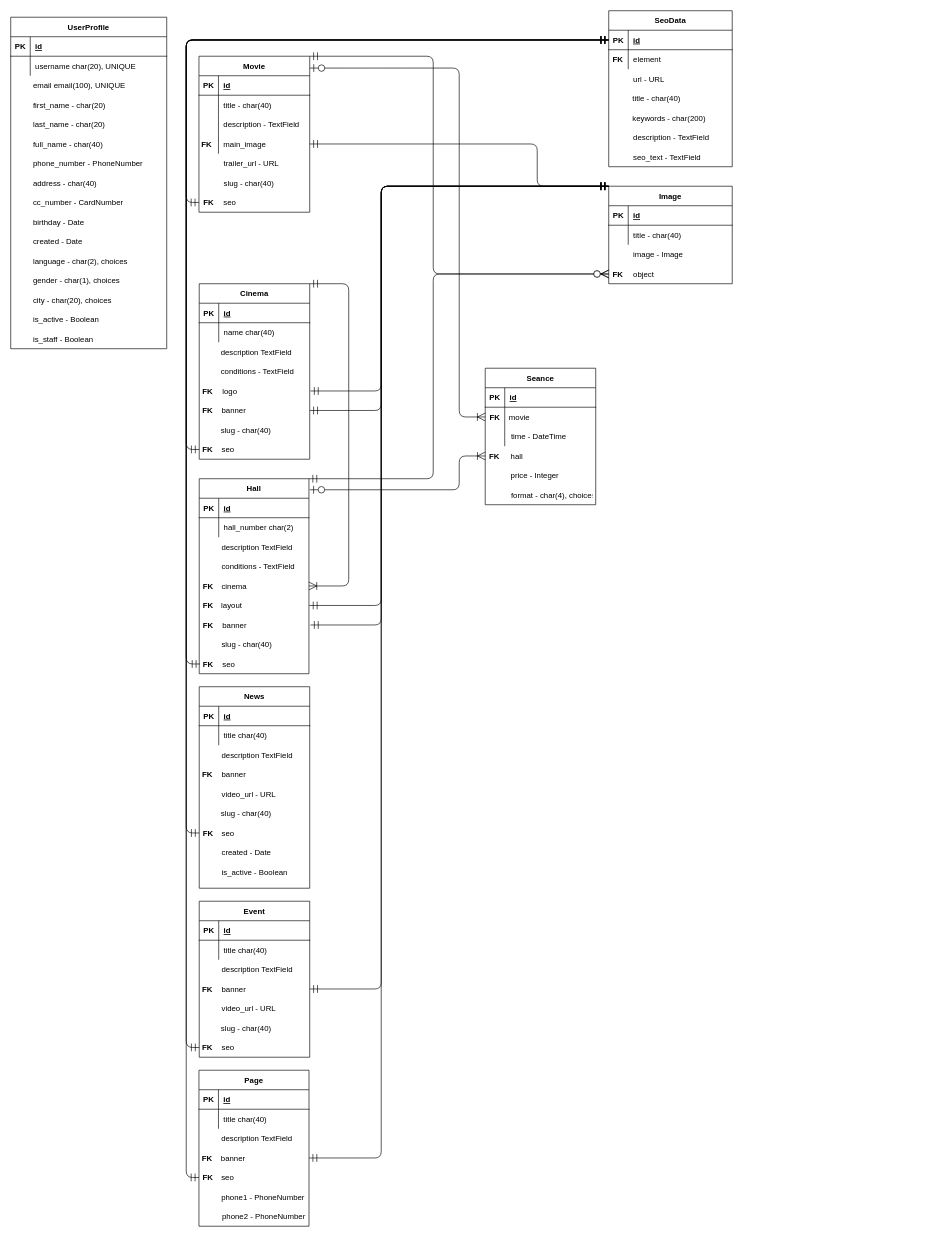
Above: diagrams/entity_relationship_diagram.drawio in Rey092/cinema_project (draw.io), before the change. Source tidied: cells renumbered, new cells numbered last; positions are measured from the earlier drawing's top-left corner, leaving out a move shared by most shapes. Both pictures are drawn from the tidied source at 65%, with x=0, y=0 at pixel (10, 10).
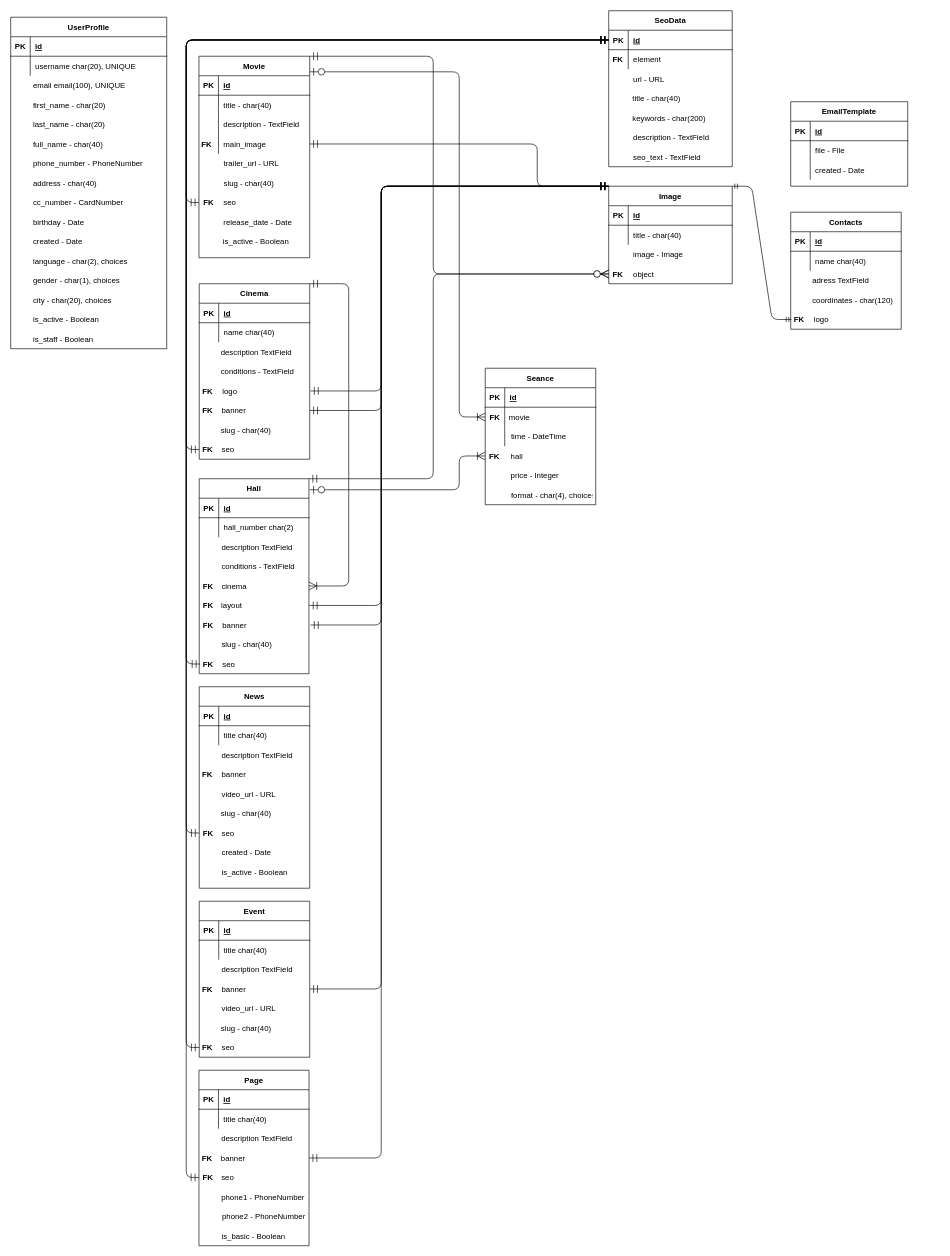
After the change.

The change refers to these unchanged cells:
```xml
<mxCell id="172" value="Image" style="shape=table;startSize=30;childLayout=tableLayout;rowLines=0;fontStyle=1;align=center;" parent="171" vertex="1">
  <mxGeometry width="190" height="150" as="geometry" />
</mxCell>
<mxCell id="258" style="shape=partialRectangle;fillColor=none;points=[[0,0.5],[1,0.5]];portConstraint=eastwest;top=0;left=0;right=0;bottom=0;" parent="1" vertex="1">
  <mxGeometry x="730" y="610" width="140" height="30" as="geometry" />
</mxCell>
```

Change to the diagram source:
```diff
@@
     <mxCell id="72" style="group;" parent="1" vertex="1">
-      <mxGeometry x="289.6" y="70" width="173.3" height="270" as="geometry" />
+      <mxGeometry x="289.6" y="70" width="173.3" height="310" as="geometry" />
     </mxCell>
     <mxCell id="73" style="group;" parent="72" vertex="1">
-      <mxGeometry width="173.3" height="270" as="geometry" />
+      <mxGeometry width="173.3" height="310" as="geometry" />
     </mxCell>
     <mxCell id="74" value="Movie" style="shape=table;startSize=30;childLayout=tableLayout;rowLines=0;fontStyle=1;align=center;" parent="73" vertex="1">
-      <mxGeometry width="170.4" height="240" as="geometry" />
+      <mxGeometry width="170.4" height="310" as="geometry" />
     </mxCell>
@@
-    <mxCell id="99" style="shape=partialRectangle;fillColor=none;top=0;left=0;right=0;bottom=0;" parent="72" vertex="1">
-      <mxGeometry y="240" width="169.7" height="30" as="geometry" />
-    </mxCell>
+    <mxCell id="262" style="shape=partialRectangle;fillColor=none;top=0;left=0;bottom=0;right=0;" parent="73" vertex="1">
+      <mxGeometry y="240" width="170.4" height="30" as="geometry" />
+    </mxCell>
+    <mxCell id="263" style="shape=partialRectangle;fillColor=none;top=0;left=0;bottom=0;right=0;overflow=hidden;" parent="262" vertex="1">
+      <mxGeometry width="30" height="30" as="geometry" />
+    </mxCell>
+    <mxCell id="264" value="release_date - Date" style="shape=partialRectangle;fillColor=none;top=0;left=0;bottom=0;right=0;align=left;spacingLeft=6;overflow=hidden;" parent="262" vertex="1">
+      <mxGeometry x="30" width="140.4" height="30" as="geometry" />
+    </mxCell>
@@
     <mxCell id="144" style="group;" parent="1" vertex="1">
-      <mxGeometry x="289.6" y="1630" width="170.4" height="260" as="geometry" />
+      <mxGeometry x="289.6" y="1630" width="170.4" height="280" as="geometry" />
     </mxCell>
     <mxCell id="145" style="group;" parent="144" vertex="1">
-      <mxGeometry width="170.4" height="260" as="geometry" />
+      <mxGeometry width="170.4" height="280" as="geometry" />
     </mxCell>
@@
     <mxCell id="147" style="group;" parent="145" vertex="1">
-      <mxGeometry x="-0.7" width="171.2" height="240" as="geometry" />
+      <mxGeometry x="-0.7" width="171.2" height="280" as="geometry" />
     </mxCell>
     <mxCell id="148" value="Page" style="shape=table;startSize=30;childLayout=tableLayout;rowLines=0;fontStyle=1;align=center;" parent="147" vertex="1">
-      <mxGeometry x="0.7" width="169.3" height="240" as="geometry" />
+      <mxGeometry x="0.7" width="169.3" height="270" as="geometry" />
     </mxCell>
@@
     <mxCell id="169" style="group;" parent="1" vertex="1">
-      <mxGeometry x="920" y="270" width="191.3" height="150" as="geometry" />
+      <mxGeometry x="920" y="270" width="290" height="570" as="geometry" />
     </mxCell>
     <mxCell id="170" style="group;" parent="169" vertex="1">
-      <mxGeometry width="191.3" height="260" as="geometry" />
+      <mxGeometry width="290" height="570" as="geometry" />
     </mxCell>
@@
-    <mxCell id="257" style="edgeStyle=orthogonalEdgeStyle;fontSize=12;html=1;endArrow=ERoneToMany;startArrow=ERzeroToOne;startSize=10;endSize=10;exitX=1.001;exitY=0.076;exitDx=0;exitDy=0;exitPerimeter=0;entryX=0;entryY=0.5;entryDx=0;entryDy=0;" parent="1" edge="1" source="74" target="258">
+    <mxCell id="257" style="edgeStyle=orthogonalEdgeStyle;fontSize=12;html=1;endArrow=ERoneToMany;startArrow=ERzeroToOne;startSize=10;endSize=10;entryX=0;entryY=0.5;entryDx=0;entryDy=0;" parent="1" edge="1" source="74" target="258">
       <mxGeometry relative="1" as="geometry">
         <Array as="points">
-          <mxPoint x="690" y="88" />
+          <mxPoint x="690" y="94" />
           <mxPoint x="690" y="625" />
         </Array>
       </mxGeometry>
     </mxCell>
@@
+    <mxCell id="265" value="EmailTemplate" style="shape=table;startSize=30;childLayout=tableLayout;rowLines=0;fontStyle=1;align=center;" parent="1" vertex="1">
+      <mxGeometry x="1200" y="140" width="180" height="130" as="geometry" />
+    </mxCell>
+    <mxCell id="266" style="shape=partialRectangle;fillColor=none;top=0;left=0;bottom=1;right=0;" parent="265" vertex="1">
+      <mxGeometry y="30" width="180" height="30" as="geometry" />
+    </mxCell>
+    <mxCell id="267" value="PK" style="shape=partialRectangle;fillColor=none;top=0;left=0;bottom=0;right=0;fontStyle=1;overflow=hidden;" parent="266" vertex="1">
+      <mxGeometry width="30" height="30" as="geometry" />
+    </mxCell>
+    <mxCell id="268" value="id" style="shape=partialRectangle;fillColor=none;top=0;left=0;bottom=0;right=0;align=left;spacingLeft=6;fontStyle=5;overflow=hidden;" parent="266" vertex="1">
+      <mxGeometry x="30" width="150" height="30" as="geometry" />
+    </mxCell>
+    <mxCell id="269" style="shape=partialRectangle;fillColor=none;top=0;left=0;bottom=0;right=0;" parent="265" vertex="1">
+      <mxGeometry y="60" width="180" height="30" as="geometry" />
+    </mxCell>
+    <mxCell id="270" style="shape=partialRectangle;fillColor=none;top=0;left=0;bottom=0;right=0;overflow=hidden;" parent="269" vertex="1">
+      <mxGeometry width="30" height="30" as="geometry" />
+    </mxCell>
+    <mxCell id="271" value="file - File" style="shape=partialRectangle;fillColor=none;top=0;left=0;bottom=0;right=0;align=left;spacingLeft=6;overflow=hidden;" parent="269" vertex="1">
+      <mxGeometry x="30" width="150" height="30" as="geometry" />
+    </mxCell>
+    <mxCell id="272" style="shape=partialRectangle;fillColor=none;top=0;left=0;bottom=0;right=0;" parent="265" vertex="1">
+      <mxGeometry y="90" width="180" height="30" as="geometry" />
+    </mxCell>
+    <mxCell id="273" style="shape=partialRectangle;fillColor=none;top=0;left=0;bottom=0;right=0;overflow=hidden;" parent="272" vertex="1">
+      <mxGeometry width="30" height="30" as="geometry" />
+    </mxCell>
+    <mxCell id="274" value="created - Date" style="shape=partialRectangle;fillColor=none;top=0;left=0;bottom=0;right=0;align=left;spacingLeft=6;overflow=hidden;" parent="272" vertex="1">
+      <mxGeometry x="30" width="150" height="30" as="geometry" />
+    </mxCell>
+    <mxCell id="275" style="group;" parent="1" vertex="1">
+      <mxGeometry x="1200" y="310" width="171.1" height="270" as="geometry" />
+    </mxCell>
+    <mxCell id="276" style="group;" parent="275" vertex="1">
+      <mxGeometry width="171.1" height="270" as="geometry" />
+    </mxCell>
+    <mxCell id="277" value="Сontacts" style="shape=table;startSize=30;childLayout=tableLayout;rowLines=0;fontStyle=1;align=center;" parent="276" vertex="1">
+      <mxGeometry width="170" height="180" as="geometry" />
+    </mxCell>
+    <mxCell id="278" style="shape=partialRectangle;fillColor=none;top=0;left=0;right=0;bottom=1;" parent="277" vertex="1">
+      <mxGeometry y="30" width="170" height="30" as="geometry" />
+    </mxCell>
+    <mxCell id="279" value="PK" style="shape=partialRectangle;overflow=hidden;fillColor=none;top=0;left=0;bottom=0;right=0;fontStyle=1;" parent="278" vertex="1">
+      <mxGeometry width="30" height="30" as="geometry" />
+    </mxCell>
+    <mxCell id="280" value="id" style="shape=partialRectangle;overflow=hidden;fillColor=none;top=0;left=0;bottom=0;right=0;align=left;spacingLeft=6;fontStyle=5;" parent="278" vertex="1">
+      <mxGeometry x="30" width="140" height="30" as="geometry" />
+    </mxCell>
+    <mxCell id="281" style="shape=partialRectangle;fillColor=none;top=0;left=0;right=0;bottom=0;" parent="277" vertex="1">
+      <mxGeometry y="60" width="170" height="30" as="geometry" />
+    </mxCell>
+    <mxCell id="282" style="shape=partialRectangle;overflow=hidden;fillColor=none;top=0;left=0;bottom=0;right=0;" parent="281" vertex="1">
+      <mxGeometry width="30" height="30" as="geometry" />
+    </mxCell>
+    <mxCell id="283" value="name char(40)" style="shape=partialRectangle;overflow=hidden;fillColor=none;top=0;left=0;bottom=0;right=0;align=left;spacingLeft=6;" parent="281" vertex="1">
+      <mxGeometry x="30" width="140" height="30" as="geometry" />
+    </mxCell>
+    <mxCell id="284" value="adress TextField" style="shape=partialRectangle;overflow=hidden;fillColor=none;top=0;left=0;bottom=0;right=0;align=left;spacingLeft=6;" parent="276" vertex="1">
+      <mxGeometry x="25.5" y="90" width="204" height="30" as="geometry" />
+    </mxCell>
+    <mxCell id="285" value="coordinates - char(120)" style="shape=partialRectangle;overflow=hidden;fillColor=none;top=0;left=0;bottom=0;right=0;align=left;spacingLeft=6;" parent="276" vertex="1">
+      <mxGeometry x="25.5" y="120" width="204" height="30" as="geometry" />
+    </mxCell>
+    <mxCell id="286" value="FK" style="shape=partialRectangle;fillColor=none;top=0;left=0;bottom=0;right=0;fontStyle=1;overflow=hidden;" parent="276" vertex="1">
+      <mxGeometry x="1.1" y="150" width="24.4" height="30" as="geometry" />
+    </mxCell>
+    <mxCell id="287" style="shape=partialRectangle;fillColor=none;points=[[0,0.5],[1,0.5]];portConstraint=eastwest;top=0;left=0;right=0;bottom=0;" parent="276" vertex="1">
+      <mxGeometry x="1.1" y="150" width="170" height="30" as="geometry" />
+    </mxCell>
+    <mxCell id="288" style="shape=partialRectangle;overflow=hidden;fillColor=none;top=0;left=0;bottom=0;right=0;" parent="287" vertex="1">
+      <mxGeometry width="26.8" height="30" as="geometry" />
+    </mxCell>
+    <mxCell id="289" value="logo" style="shape=partialRectangle;overflow=hidden;fillColor=none;top=0;left=0;bottom=0;right=0;align=left;spacingLeft=6;" parent="287" vertex="1">
+      <mxGeometry x="26.8" width="143.2" height="30" as="geometry" />
+    </mxCell>
+    <mxCell id="290" style="shape=partialRectangle;fillColor=none;top=0;left=0;right=0;bottom=0;" parent="275" vertex="1">
+      <mxGeometry y="240" width="170" height="30" as="geometry" />
+    </mxCell>
+    <mxCell id="291" style="shape=partialRectangle;overflow=hidden;fillColor=none;top=0;left=0;bottom=0;right=0;align=left;spacingLeft=6;" parent="290" vertex="1">
+      <mxGeometry x="26.8" width="143.2" height="30" as="geometry" />
+    </mxCell>
+    <mxCell id="292" style="edgeStyle=entityRelationEdgeStyle;fontSize=12;html=1;endArrow=ERmandOne;startArrow=ERmandOne;entryX=1;entryY=0;entryDx=0;entryDy=0;" parent="1" edge="1" source="287" target="172">
+      <mxGeometry relative="1" as="geometry" />
+    </mxCell>
+    <mxCell id="293" style="shape=partialRectangle;fillColor=none;top=0;left=0;right=0;bottom=0;" parent="1" vertex="1">
+      <mxGeometry x="290" y="1870" width="169.3" height="30" as="geometry" />
+    </mxCell>
+    <mxCell id="294" style="shape=partialRectangle;overflow=hidden;fillColor=none;top=0;left=0;bottom=0;right=0;" parent="293" vertex="1">
+      <mxGeometry width="26.7" height="30" as="geometry" />
+    </mxCell>
+    <mxCell id="295" value="is_basic - Boolean" style="shape=partialRectangle;overflow=hidden;fillColor=none;top=0;left=0;bottom=0;right=0;align=left;spacingLeft=6;" parent="293" vertex="1">
+      <mxGeometry x="26.7" width="142.6" height="30" as="geometry" />
+    </mxCell>
+    <mxCell id="296" value="is_active - Boolean" style="shape=partialRectangle;fillColor=none;top=0;left=0;bottom=0;right=0;align=left;spacingLeft=6;overflow=hidden;" parent="1" vertex="1">
+      <mxGeometry x="318.8" y="340" width="140.4" height="30" as="geometry" />
+    </mxCell>
```
